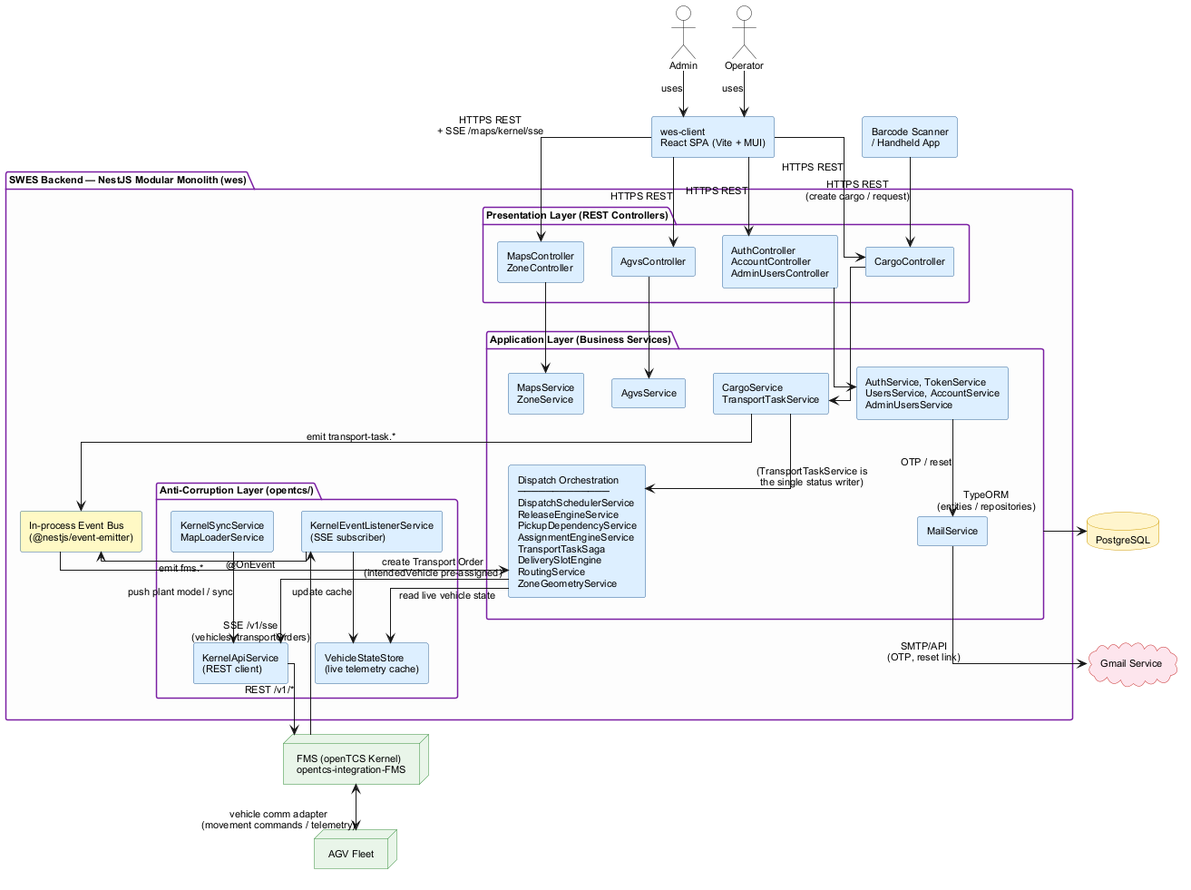
The PlantUML diagram report/diagrams/architecture.png in arishem51/wes, before a commit. Source of this version:
```plantuml
@startuml architecture
skinparam backgroundColor #FFFFFF
skinparam linetype ortho
skinparam defaultFontName Arial
skinparam defaultFontSize 11
skinparam nodesep 30
skinparam ranksep 50
top to bottom direction

skinparam rectangle {
  BackgroundColor #DDEEFF
  BorderColor #336699
}
skinparam package {
  BackgroundColor #FDFDFD
  BorderColor #7B1FA2
  FontStyle bold
}
skinparam database {
  BackgroundColor #FFF5CC
  BorderColor #CC9900
}
skinparam node {
  BackgroundColor #E8F5E9
  BorderColor #388E3C
}
skinparam cloud {
  BackgroundColor #FCE4EC
  BorderColor #C62828
}
skinparam actor {
  BackgroundColor #FFFFFF
}

actor "Admin" as Admin
actor "Operator" as Operator
rectangle "Barcode Scanner\n/ Handheld App" as Scanner

rectangle "wes-client\nReact SPA (Vite + MUI)" as ReactSPA

package "SWES Backend — NestJS Modular Monolith (wes)" {

  package "Presentation Layer (REST Controllers)" {
    rectangle "AuthController\nAccountController\nAdminUsersController" as AuthCtrl
    rectangle "AgvsController" as AgvsCtrl
    rectangle "MapsController\nZoneController" as MapsCtrl
    rectangle "CargoController" as CargoCtrl
  }

  package "Application Layer (Business Services)" as AppLayer {
    rectangle "CargoService\nTransportTaskService" as CargoSvc
    rectangle "Dispatch Orchestration\n─────────────\nDispatchSchedulerService\nReleaseEngineService\nPickupDependencyService\nAssignmentEngineService\nTransportTaskSaga\nDeliverySlotEngine\nRoutingService\nZoneGeometryService" as Dispatch
    rectangle "AgvsService" as AgvsSvc
    rectangle "MapsService\nZoneService" as MapsSvc
    rectangle "AuthService, TokenService\nUsersService, AccountService\nAdminUsersService" as AuthSvc
    rectangle "MailService" as MailSvc
  }

  rectangle "In-process Event Bus\n(@nestjs/event-emitter)" as EventBus #FFF9C4

  package "Anti-Corruption Layer (opentcs/)" {
    rectangle "KernelApiService\n(REST client)" as KernelApi
    rectangle "KernelEventListenerService\n(SSE subscriber)" as SSEListener
    rectangle "VehicleStateStore\n(live telemetry cache)" as VehStore
    rectangle "KernelSyncService\nMapLoaderService" as KernelSync
  }
}

database "PostgreSQL" as DB
node "FMS (openTCS Kernel)\nopentcs-integration-FMS" as FMS
node "AGV Fleet" as AGV
cloud "Gmail Service" as Gmail

Admin    --> ReactSPA : uses
Operator --> ReactSPA : uses

ReactSPA --> AuthCtrl : HTTPS REST
ReactSPA --> AgvsCtrl : HTTPS REST
ReactSPA --> MapsCtrl : HTTPS REST\n+ SSE /maps/kernel/sse
ReactSPA --> CargoCtrl : HTTPS REST
Scanner  --> CargoCtrl : HTTPS REST\n(create cargo / request)

AuthCtrl  --> AuthSvc
AgvsCtrl  --> AgvsSvc
MapsCtrl  --> MapsSvc
CargoCtrl --> CargoSvc
AuthSvc   --> MailSvc : OTP / reset

CargoSvc    --> EventBus : emit transport-task.*
SSEListener --> EventBus : emit fms.*
EventBus    --> Dispatch : @OnEvent

Dispatch --> KernelApi : create Transport Order\n(intendedVehicle pre-assigned)
Dispatch --> VehStore  : read live vehicle state
CargoSvc --> Dispatch : (TransportTaskService is\nthe single status writer)

AppLayer --> DB : TypeORM\n(entities / repositories)

KernelApi   --> FMS : REST /v1/*
KernelSync  --> KernelApi : push plant model / sync
SSEListener <-- FMS : SSE /v1/sse\n(vehicles, transportOrders)
SSEListener --> VehStore : update cache

FMS <--> AGV : vehicle comm adapter\n(movement commands / telemetry)

MailSvc --> Gmail : SMTP/API\n(OTP, reset link)

@enduml
```
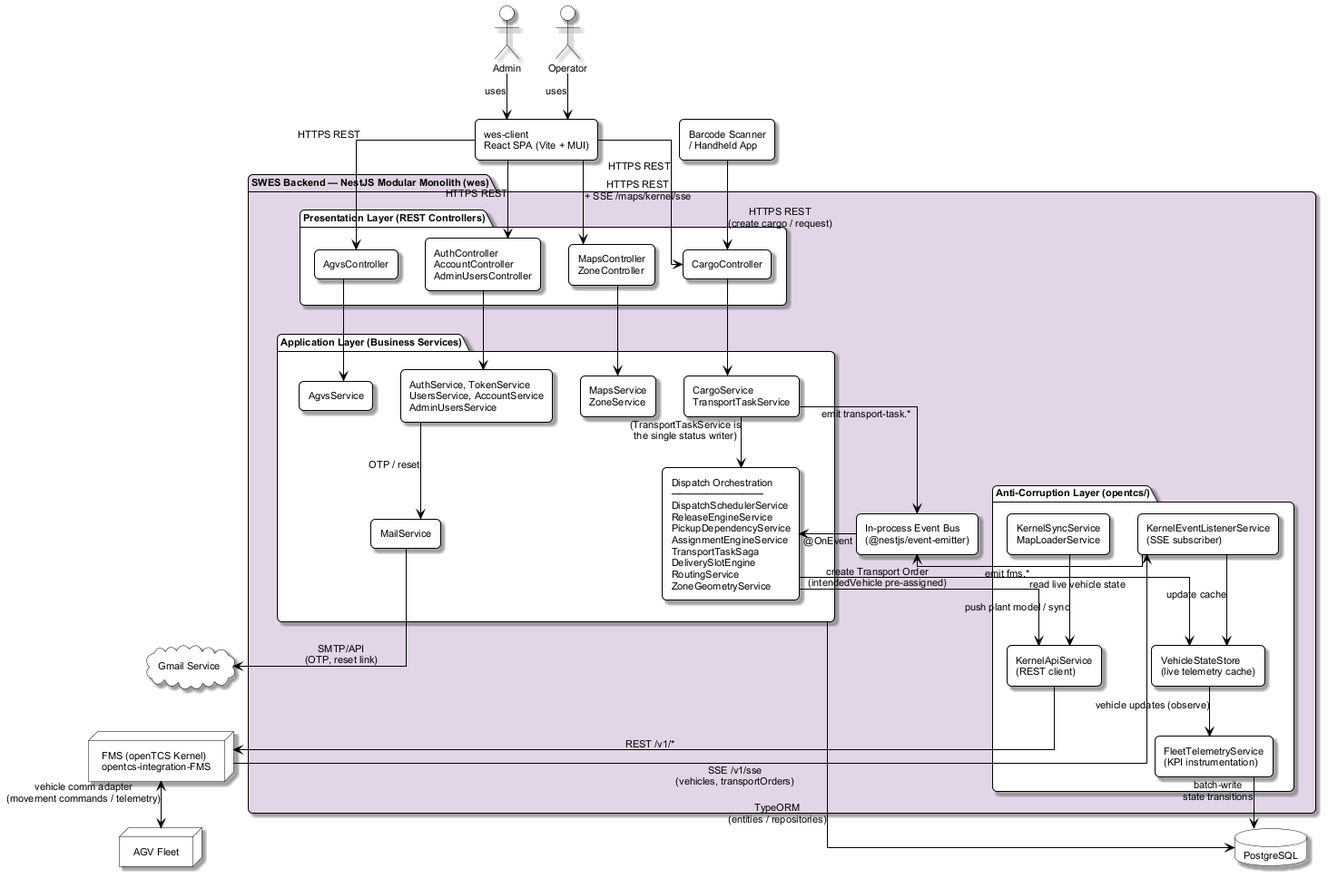
Later version of the same file.

The edit, as a diff of the source:
```diff
@@ -1,36 +1,14 @@
 @startuml architecture
-skinparam backgroundColor #FFFFFF
-skinparam linetype ortho
-skinparam defaultFontName Arial
+!include style-template.iuml
 skinparam defaultFontSize 11
 skinparam nodesep 30
 skinparam ranksep 50
+skinparam roundCorner 10
+skinparam cloud {
+  BackgroundColor #FFFFFF
+  BorderColor #000000
+}
 top to bottom direction
-
-skinparam rectangle {
-  BackgroundColor #DDEEFF
-  BorderColor #336699
-}
-skinparam package {
-  BackgroundColor #FDFDFD
-  BorderColor #7B1FA2
-  FontStyle bold
-}
-skinparam database {
-  BackgroundColor #FFF5CC
-  BorderColor #CC9900
-}
-skinparam node {
-  BackgroundColor #E8F5E9
-  BorderColor #388E3C
-}
-skinparam cloud {
-  BackgroundColor #FCE4EC
-  BorderColor #C62828
-}
-skinparam actor {
-  BackgroundColor #FFFFFF
-}
 
 actor "Admin" as Admin
 actor "Operator" as Operator
@@ -38,7 +16,7 @@
 
 rectangle "wes-client\nReact SPA (Vite + MUI)" as ReactSPA
 
-package "SWES Backend — NestJS Modular Monolith (wes)" {
+package "SWES Backend — NestJS Modular Monolith (wes)" #E1D5E7 {
 
   package "Presentation Layer (REST Controllers)" {
     rectangle "AuthController\nAccountController\nAdminUsersController" as AuthCtrl
@@ -56,13 +34,14 @@
     rectangle "MailService" as MailSvc
   }
 
-  rectangle "In-process Event Bus\n(@nestjs/event-emitter)" as EventBus #FFF9C4
+  rectangle "In-process Event Bus\n(@nestjs/event-emitter)" as EventBus
 
   package "Anti-Corruption Layer (opentcs/)" {
     rectangle "KernelApiService\n(REST client)" as KernelApi
     rectangle "KernelEventListenerService\n(SSE subscriber)" as SSEListener
     rectangle "VehicleStateStore\n(live telemetry cache)" as VehStore
     rectangle "KernelSyncService\nMapLoaderService" as KernelSync
+    rectangle "FleetTelemetryService\n(KPI instrumentation)" as FleetTel
   }
 }
 
@@ -100,6 +79,8 @@
 KernelSync  --> KernelApi : push plant model / sync
 SSEListener <-- FMS : SSE /v1/sse\n(vehicles, transportOrders)
 SSEListener --> VehStore : update cache
+VehStore --> FleetTel : vehicle updates (observe)
+FleetTel --> DB : batch-write\nstate transitions
 
 FMS <--> AGV : vehicle comm adapter\n(movement commands / telemetry)
 
```
